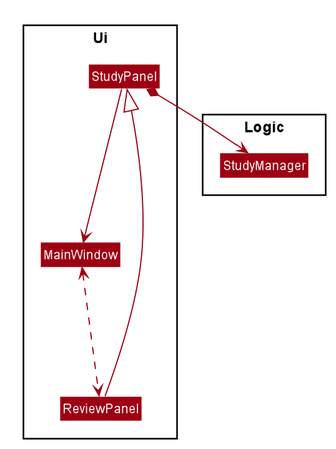
The PlantUML diagram docs/images/ReviewClassDiagram.png in nus-cs2103-AY2021S1/tp, before a commit.
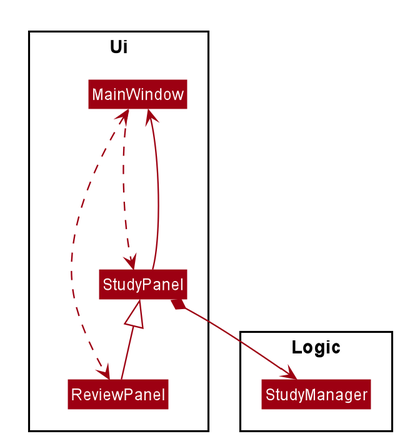
The same diagram one commit later.

Commit message:
Update review class diagram

What changed in the source:
```diff
@@ -66,6 +66,7 @@
 StudyPanel <|-- ReviewPanel
 StudyPanel *--> StudyManager
 StudyPanel ---> MainWindow
+MainWindow ...> StudyPanel
 MainWindow <...> ReviewPanel
 
 @enduml
```
